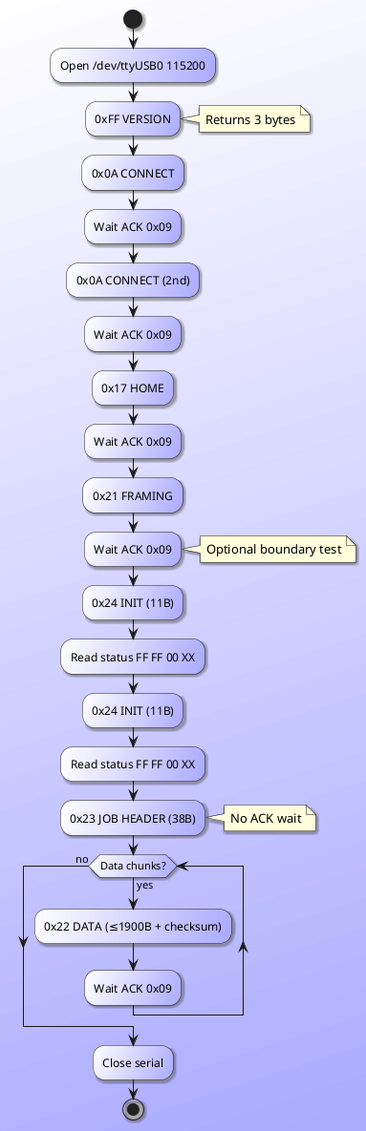
Before: images/protocol-flow.png, a diagram exported from PlantUML (donnels/wainlux-pi). Its diagram source:
```plantuml
@startuml
skinparam backgroundColor #fff/aaf
skinparam activitybackgroundColor #fff/aaf
skinparam Shadowing 1

start

:Open /dev/ttyUSB0 115200;

:0xFF VERSION;
note right: Returns 3 bytes

:0x0A CONNECT;
:Wait ACK 0x09;
:0x0A CONNECT (2nd);
:Wait ACK 0x09;

:0x17 HOME;
:Wait ACK 0x09;

:0x21 FRAMING;
:Wait ACK 0x09;
note right: Optional boundary test

:0x24 INIT (11B);
:Read status FF FF 00 XX;

:0x24 INIT (11B);
:Read status FF FF 00 XX;

:0x23 JOB HEADER (38B);
note right: No ACK wait

while (Data chunks?) is (yes)
  :0x22 DATA (≤1900B + checksum);
  :Wait ACK 0x09;
endwhile (no)

:Close serial;
stop

@enduml
```
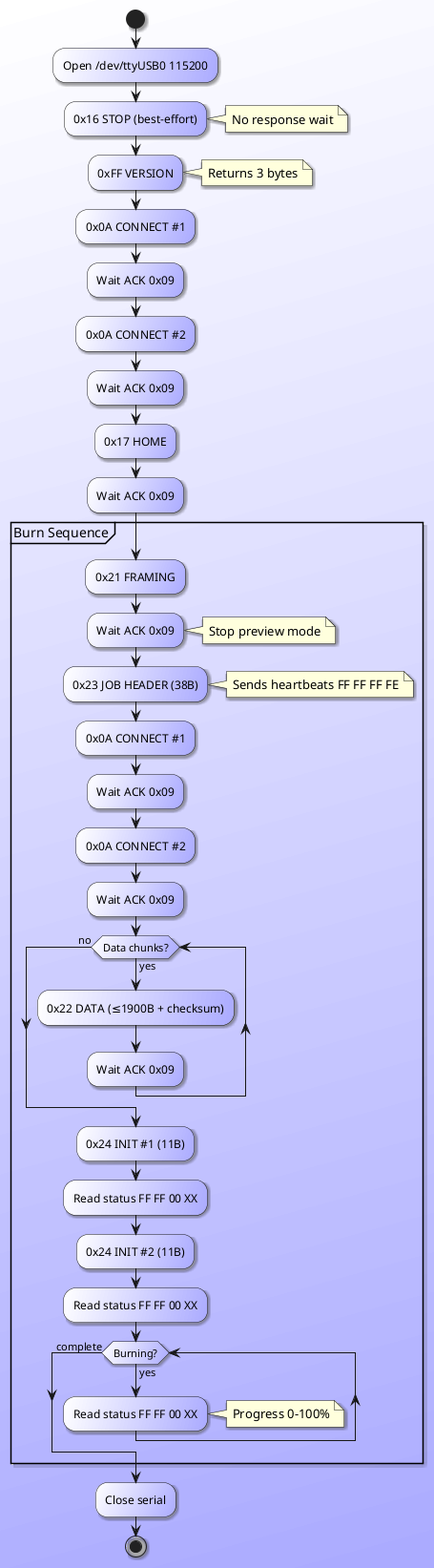
Above is the later version.

What changed in the source:
```diff
@@ -7,35 +7,52 @@
 
 :Open /dev/ttyUSB0 115200;
 
+:0x16 STOP (best-effort);
+note right: No response wait
+
 :0xFF VERSION;
 note right: Returns 3 bytes
 
-:0x0A CONNECT;
+:0x0A CONNECT #1;
 :Wait ACK 0x09;
-:0x0A CONNECT (2nd);
+
+:0x0A CONNECT #2;
 :Wait ACK 0x09;
 
 :0x17 HOME;
 :Wait ACK 0x09;
 
+partition "Burn Sequence" {
 :0x21 FRAMING;
 :Wait ACK 0x09;
-note right: Optional boundary test
-
-:0x24 INIT (11B);
-:Read status FF FF 00 XX;
-
-:0x24 INIT (11B);
-:Read status FF FF 00 XX;
+note right: Stop preview mode
 
 :0x23 JOB HEADER (38B);
-note right: No ACK wait
+note right: Sends heartbeats FF FF FF FE
+
+:0x0A CONNECT #1;
+:Wait ACK 0x09;
+
+:0x0A CONNECT #2;
+:Wait ACK 0x09;
 
 while (Data chunks?) is (yes)
   :0x22 DATA (≤1900B + checksum);
   :Wait ACK 0x09;
 endwhile (no)
 
+:0x24 INIT #1 (11B);
+:Read status FF FF 00 XX;
+
+:0x24 INIT #2 (11B);
+:Read status FF FF 00 XX;
+
+while (Burning?) is (yes)
+  :Read status FF FF 00 XX;
+  note right: Progress 0-100%
+endwhile (complete)
+}
+
 :Close serial;
 stop
 
```
